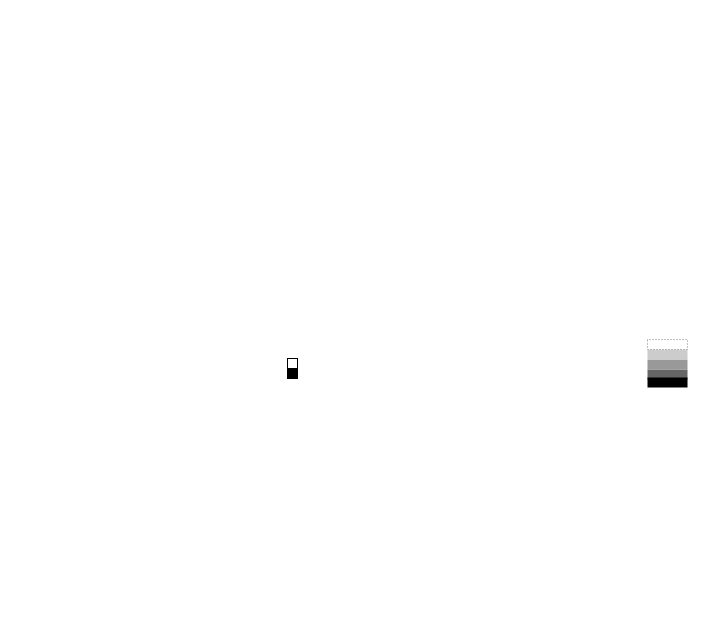
This is VQC-A01.drawio from BiancaMass/Diagrams, a draw.io file, before an edit. Source tidied: cells renumbered, new cells numbered last; positions are measured from the earlier drawing's top-left corner, leaving out a move shared by most shapes. Both pictures are drawn from the tidied source at 100%, with x=0, y=0 at pixel (287, 339).
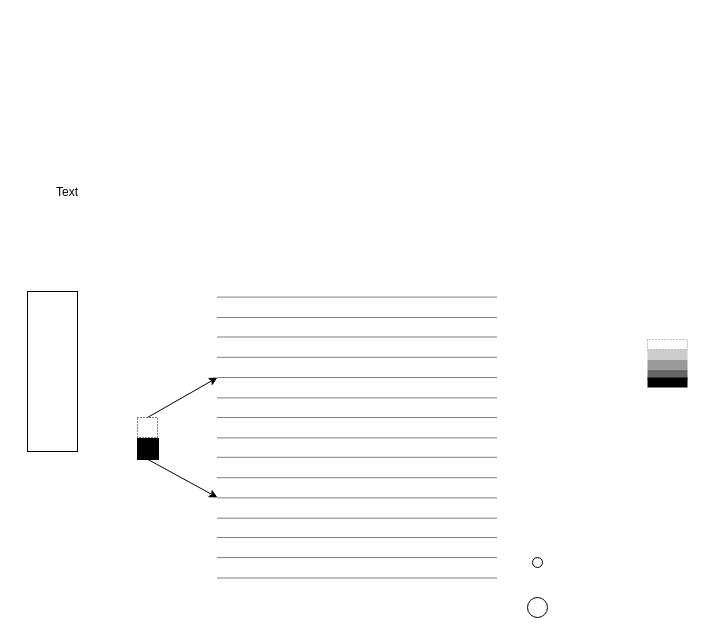
The same diagram, later.

Diff of the diagram source:
```diff
@@
-    <mxCell id="2" style="whiteSpace=wrap;html=1;" parent="1" vertex="1">
-      <mxGeometry y="19" width="10" height="10" as="geometry" />
+    <mxCell id="2" style="whiteSpace=wrap;html=1;dashed=1;dashPattern=1 2;" parent="1" vertex="1">
+      <mxGeometry x="-150" y="78" width="20" height="20" as="geometry" />
     </mxCell>
     <mxCell id="3" style="whiteSpace=wrap;html=1;fillColor=#000000;" parent="1" vertex="1">
-      <mxGeometry y="29" width="10" height="10" as="geometry" />
+      <mxGeometry x="-150" y="99" width="21" height="21" as="geometry" />
     </mxCell>
@@
+    <mxCell id="9" style="endArrow=none;html=1;rounded=0;dashed=1;dashPattern=1 1;" parent="1" edge="1">
+      <mxGeometry relative="1" as="geometry">
+        <mxPoint x="-70" y="-42.4" as="sourcePoint" />
+        <mxPoint x="210" y="-42.4" as="targetPoint" />
+      </mxGeometry>
+    </mxCell>
+    <mxCell id="10" style="endArrow=classic;html=1;rounded=0;exitX=0.5;exitY=0;exitDx=0;exitDy=0;" parent="1" edge="1" source="2">
+      <mxGeometry relative="1" as="geometry">
+        <mxPoint x="-70" y="38" as="targetPoint" />
+      </mxGeometry>
+    </mxCell>
+    <mxCell id="11" style="endArrow=classic;html=1;rounded=0;exitX=0.5;exitY=1;exitDx=0;exitDy=0;" parent="1" edge="1" source="3">
+      <mxGeometry relative="1" as="geometry">
+        <mxPoint x="-70" y="158" as="targetPoint" />
+      </mxGeometry>
+    </mxCell>
+    <mxCell id="12" value="Text" style="text;html=1;strokeColor=none;fillColor=none;align=center;verticalAlign=middle;whiteSpace=wrap;rounded=0;" parent="1" vertex="1">
+      <mxGeometry x="-250" y="-162" width="60" height="30" as="geometry" />
+    </mxCell>
+    <mxCell id="13" style="rounded=0;whiteSpace=wrap;html=1;" parent="1" vertex="1">
+      <mxGeometry x="-260" y="-48" width="50" height="160" as="geometry" />
+    </mxCell>
+    <mxCell id="14" style="ellipse;whiteSpace=wrap;html=1;" parent="1" vertex="1">
+      <mxGeometry x="-270" y="-322" height="10" as="geometry" />
+    </mxCell>
+    <mxCell id="15" style="ellipse;whiteSpace=wrap;html=1;" parent="1" vertex="1">
+      <mxGeometry x="245" y="218" width="10" height="10" as="geometry" />
+    </mxCell>
+    <mxCell id="16" style="ellipse;whiteSpace=wrap;html=1;" parent="1" vertex="1">
+      <mxGeometry x="240" y="258" width="20" height="20" as="geometry" />
+    </mxCell>
+    <mxCell id="17" style="endArrow=none;html=1;rounded=0;dashed=1;dashPattern=1 1;" parent="1" edge="1">
+      <mxGeometry relative="1" as="geometry">
+        <mxPoint x="-70" y="-22" as="sourcePoint" />
+        <mxPoint x="210" y="-22" as="targetPoint" />
+      </mxGeometry>
+    </mxCell>
+    <mxCell id="18" style="endArrow=none;html=1;rounded=0;dashed=1;dashPattern=1 1;" parent="1" edge="1">
+      <mxGeometry relative="1" as="geometry">
+        <mxPoint x="-70" y="-2.5" as="sourcePoint" />
+        <mxPoint x="210" y="-2.5" as="targetPoint" />
+      </mxGeometry>
+    </mxCell>
+    <mxCell id="19" style="endArrow=none;html=1;rounded=0;dashed=1;dashPattern=1 1;" parent="1" edge="1">
+      <mxGeometry relative="1" as="geometry">
+        <mxPoint x="-70" y="17.8" as="sourcePoint" />
+        <mxPoint x="210" y="17.8" as="targetPoint" />
+      </mxGeometry>
+    </mxCell>
+    <mxCell id="20" style="endArrow=none;html=1;rounded=0;dashed=1;dashPattern=1 1;" parent="1" edge="1">
+      <mxGeometry relative="1" as="geometry">
+        <mxPoint x="-70" y="38" as="sourcePoint" />
+        <mxPoint x="210" y="38" as="targetPoint" />
+      </mxGeometry>
+    </mxCell>
+    <mxCell id="21" style="endArrow=none;html=1;rounded=0;dashed=1;dashPattern=1 1;" parent="1" edge="1">
+      <mxGeometry relative="1" as="geometry">
+        <mxPoint x="-70" y="58.4" as="sourcePoint" />
+        <mxPoint x="210" y="58.4" as="targetPoint" />
+      </mxGeometry>
+    </mxCell>
+    <mxCell id="22" style="endArrow=none;html=1;rounded=0;dashed=1;dashPattern=1 1;" parent="1" edge="1">
+      <mxGeometry relative="1" as="geometry">
+        <mxPoint x="-70" y="78" as="sourcePoint" />
+        <mxPoint x="210" y="78" as="targetPoint" />
+      </mxGeometry>
+    </mxCell>
+    <mxCell id="23" style="endArrow=none;html=1;rounded=0;dashed=1;dashPattern=1 1;" parent="1" edge="1">
+      <mxGeometry relative="1" as="geometry">
+        <mxPoint x="-70" y="98.4" as="sourcePoint" />
+        <mxPoint x="210" y="98.4" as="targetPoint" />
+      </mxGeometry>
+    </mxCell>
+    <mxCell id="24" style="endArrow=none;html=1;rounded=0;dashed=1;dashPattern=1 1;" parent="1" edge="1">
+      <mxGeometry relative="1" as="geometry">
+        <mxPoint x="-70" y="117.8" as="sourcePoint" />
+        <mxPoint x="210" y="117.8" as="targetPoint" />
+      </mxGeometry>
+    </mxCell>
+    <mxCell id="25" style="endArrow=none;html=1;rounded=0;dashed=1;dashPattern=1 1;" parent="1" edge="1">
+      <mxGeometry relative="1" as="geometry">
+        <mxPoint x="-70" y="138.2" as="sourcePoint" />
+        <mxPoint x="210" y="138.2" as="targetPoint" />
+      </mxGeometry>
+    </mxCell>
+    <mxCell id="26" style="endArrow=none;html=1;rounded=0;dashed=1;dashPattern=1 1;" parent="1" edge="1">
+      <mxGeometry relative="1" as="geometry">
+        <mxPoint x="-70" y="158.4" as="sourcePoint" />
+        <mxPoint x="210" y="158.4" as="targetPoint" />
+      </mxGeometry>
+    </mxCell>
+    <mxCell id="27" style="endArrow=none;html=1;rounded=0;dashed=1;dashPattern=1 1;" parent="1" edge="1">
+      <mxGeometry relative="1" as="geometry">
+        <mxPoint x="-70" y="178.7" as="sourcePoint" />
+        <mxPoint x="210" y="178.7" as="targetPoint" />
+      </mxGeometry>
+    </mxCell>
+    <mxCell id="28" style="endArrow=none;html=1;rounded=0;dashed=1;dashPattern=1 1;" parent="1" edge="1">
+      <mxGeometry relative="1" as="geometry">
+        <mxPoint x="-70" y="198" as="sourcePoint" />
+        <mxPoint x="210" y="198" as="targetPoint" />
+      </mxGeometry>
+    </mxCell>
+    <mxCell id="29" style="endArrow=none;html=1;rounded=0;dashed=1;dashPattern=1 1;" parent="1" edge="1">
+      <mxGeometry relative="1" as="geometry">
+        <mxPoint x="-70" y="218.1" as="sourcePoint" />
+        <mxPoint x="210" y="218.1" as="targetPoint" />
+      </mxGeometry>
+    </mxCell>
+    <mxCell id="30" style="endArrow=none;html=1;rounded=0;dashed=1;dashPattern=1 1;" parent="1" edge="1">
+      <mxGeometry relative="1" as="geometry">
+        <mxPoint x="-70" y="238.5" as="sourcePoint" />
+        <mxPoint x="210" y="238.5" as="targetPoint" />
+      </mxGeometry>
+    </mxCell>
```
